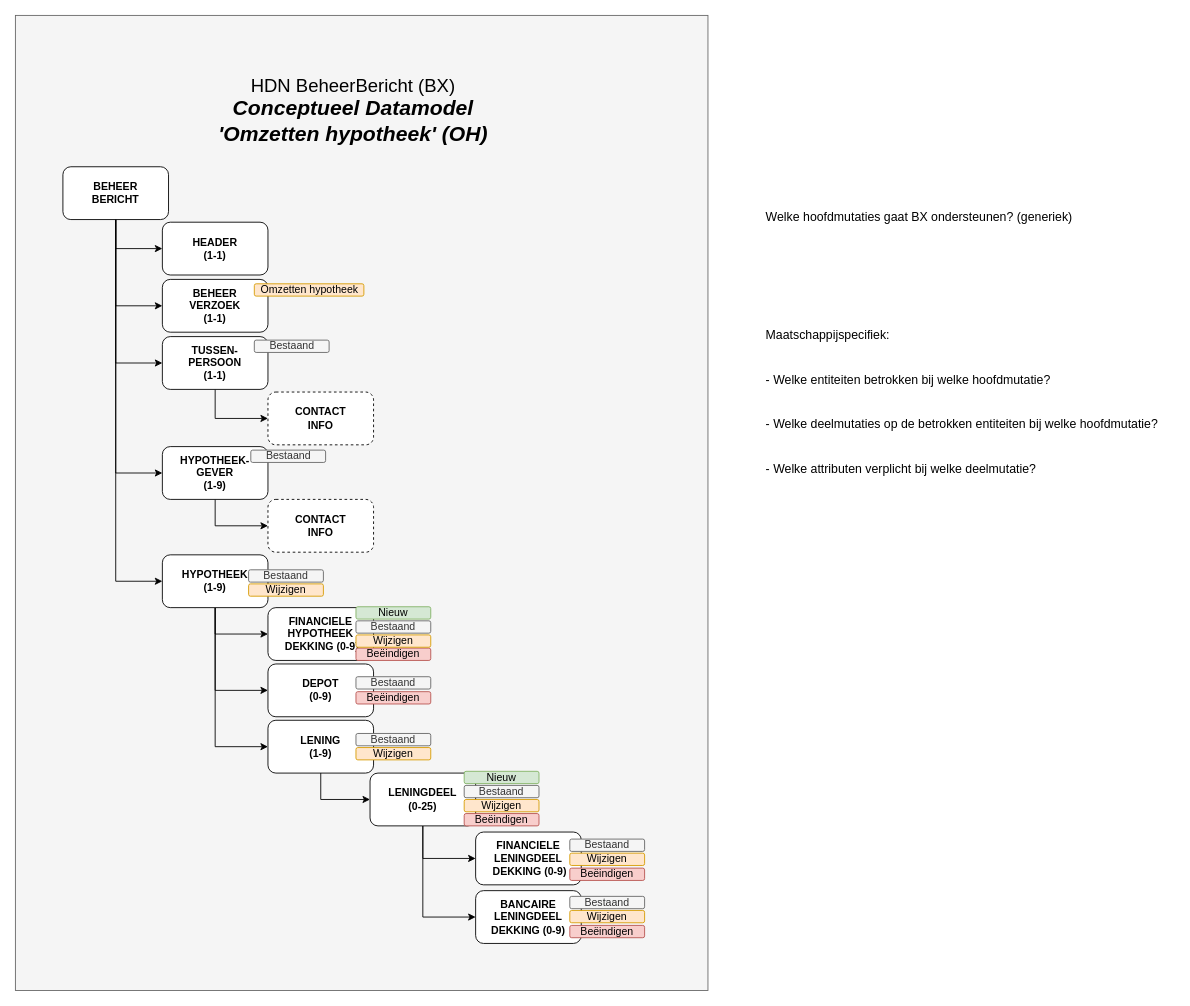
Above: page "Datamodel OH" (1 of 4) of HDN_BX_MM_OmzettenHypotheek.drawio in luchthandel/diagrams (draw.io), before the change. Source tidied: cells renumbered, new cells numbered last; positions are measured from the earlier drawing's top-left corner, leaving out a move shared by most shapes. Both pictures are drawn from the tidied source at 88%, with x=0, y=0 at pixel (15, 15).
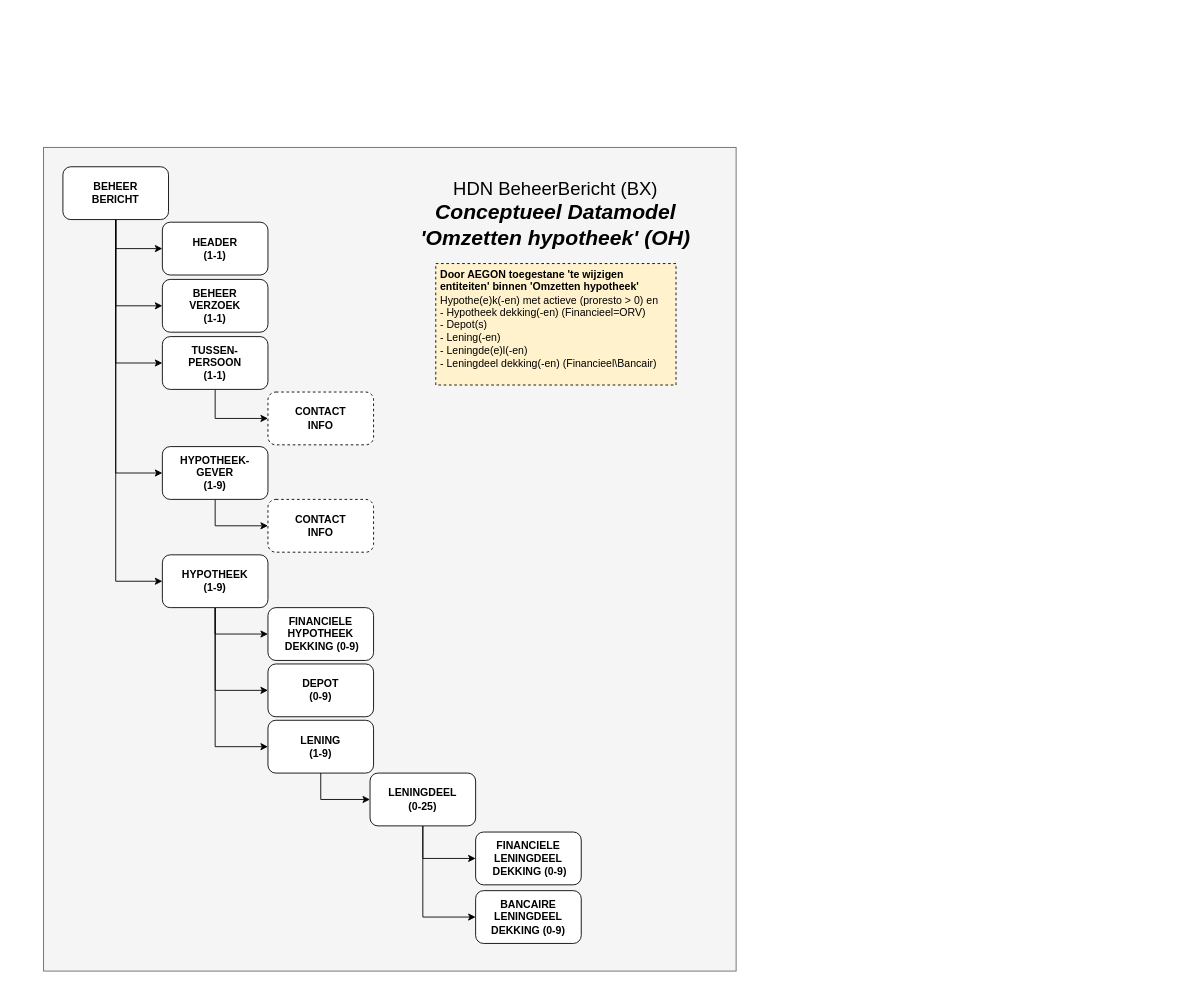
The same diagram, later.

Change to the diagram source:
```diff
@@
     <mxCell id="2" style="rounded=0;whiteSpace=wrap;html=1;fillColor=#f5f5f5;strokeColor=#666666;fontColor=#333333;labelBackgroundColor=none;" parent="1" vertex="1">
-      <mxGeometry width="787" height="1108" as="geometry" />
+      <mxGeometry x="32" y="150" width="787" height="936" as="geometry" />
     </mxCell>
@@
     <mxCell id="27" value="&lt;font style=&quot;font-size: 21px&quot;&gt;HDN BeheerBericht (BX)&lt;br&gt;&lt;/font&gt;&lt;span style=&quot;font-size: 24px&quot;&gt;&lt;b&gt;&lt;i&gt;Conceptueel Datamodel&lt;br&gt;'Omzetten hypotheek' (OH)&lt;/i&gt;&lt;/b&gt;&lt;/span&gt;" style="text;html=1;strokeColor=none;fillColor=none;align=center;verticalAlign=middle;whiteSpace=wrap;rounded=0;" parent="1" vertex="1">
-      <mxGeometry x="206" y="71" width="356.4" height="74.5" as="geometry" />
+      <mxGeometry x="436" y="189" width="356.4" height="74.5" as="geometry" />
     </mxCell>
-    <mxCell id="28" value="&lt;span style=&quot;font-weight: 400&quot;&gt;Bestaand&lt;/span&gt;" style="rounded=1;whiteSpace=wrap;html=1;fontStyle=1;fillColor=#f5f5f5;strokeColor=#666666;fontColor=#333333;" parent="1" vertex="1">
-      <mxGeometry x="271.5" y="369" width="85" height="14" as="geometry" />
-    </mxCell>
-    <mxCell id="29" value="&lt;span style=&quot;font-weight: 400&quot;&gt;Bestaand&lt;/span&gt;" style="rounded=1;whiteSpace=wrap;html=1;fontStyle=1;fillColor=#f5f5f5;strokeColor=#666666;fontColor=#333333;" parent="1" vertex="1">
-      <mxGeometry x="267.5" y="494" width="85" height="14" as="geometry" />
-    </mxCell>
-    <mxCell id="30" value="&lt;span style=&quot;font-weight: 400&quot;&gt;Bestaand&lt;/span&gt;" style="rounded=1;whiteSpace=wrap;html=1;fontStyle=1;fillColor=#f5f5f5;strokeColor=#666666;fontColor=#333333;" parent="1" vertex="1">
-      <mxGeometry x="265" y="630" width="85" height="14" as="geometry" />
-    </mxCell>
-    <mxCell id="31" value="&lt;span style=&quot;font-weight: 400&quot;&gt;Wijzigen&lt;/span&gt;" style="rounded=1;whiteSpace=wrap;html=1;fontStyle=1;fillColor=#ffe6cc;strokeColor=#d79b00;" parent="1" vertex="1">
-      <mxGeometry x="265" y="646" width="85" height="14" as="geometry" />
-    </mxCell>
-    <mxCell id="32" value="&lt;span style=&quot;font-weight: 400&quot;&gt;Beëindigen&lt;/span&gt;" style="rounded=1;whiteSpace=wrap;html=1;fontStyle=1;fillColor=#f8cecc;strokeColor=#b85450;" parent="1" vertex="1">
-      <mxGeometry x="387" y="719" width="85" height="14" as="geometry" />
-    </mxCell>
-    <mxCell id="33" value="&lt;span style=&quot;font-weight: 400&quot;&gt;Nieuw&lt;/span&gt;" style="rounded=1;whiteSpace=wrap;html=1;fontStyle=1;fillColor=#d5e8d4;strokeColor=#82b366;" parent="1" vertex="1">
-      <mxGeometry x="387" y="672" width="85" height="14" as="geometry" />
-    </mxCell>
-    <mxCell id="34" value="&lt;span style=&quot;font-weight: 400&quot;&gt;Bestaand&lt;/span&gt;" style="rounded=1;whiteSpace=wrap;html=1;fontStyle=1;fillColor=#f5f5f5;strokeColor=#666666;fontColor=#333333;" parent="1" vertex="1">
-      <mxGeometry x="387" y="688" width="85" height="14" as="geometry" />
-    </mxCell>
-    <mxCell id="35" value="&lt;span style=&quot;font-weight: 400&quot;&gt;Wijzigen&lt;/span&gt;" style="rounded=1;whiteSpace=wrap;html=1;fontStyle=1;fillColor=#ffe6cc;strokeColor=#d79b00;" parent="1" vertex="1">
-      <mxGeometry x="387" y="704" width="85" height="14" as="geometry" />
-    </mxCell>
-    <mxCell id="36" value="&lt;span style=&quot;font-weight: 400&quot;&gt;Bestaand&lt;/span&gt;" style="rounded=1;whiteSpace=wrap;html=1;fontStyle=1;fillColor=#f5f5f5;strokeColor=#666666;fontColor=#333333;" parent="1" vertex="1">
-      <mxGeometry x="387" y="816" width="85" height="14" as="geometry" />
-    </mxCell>
-    <mxCell id="37" value="&lt;span style=&quot;font-weight: 400&quot;&gt;Wijzigen&lt;/span&gt;" style="rounded=1;whiteSpace=wrap;html=1;fontStyle=1;fillColor=#ffe6cc;strokeColor=#d79b00;" parent="1" vertex="1">
-      <mxGeometry x="387" y="832" width="85" height="14" as="geometry" />
-    </mxCell>
-    <mxCell id="38" value="&lt;span style=&quot;font-weight: 400&quot;&gt;Beëindigen&lt;/span&gt;" style="rounded=1;whiteSpace=wrap;html=1;fontStyle=1;fillColor=#f8cecc;strokeColor=#b85450;" parent="1" vertex="1">
-      <mxGeometry x="510" y="907" width="85" height="14" as="geometry" />
-    </mxCell>
-    <mxCell id="39" value="&lt;span style=&quot;font-weight: 400&quot;&gt;Nieuw&lt;/span&gt;" style="rounded=1;whiteSpace=wrap;html=1;fontStyle=1;fillColor=#d5e8d4;strokeColor=#82b366;" parent="1" vertex="1">
-      <mxGeometry x="510" y="859" width="85" height="14" as="geometry" />
-    </mxCell>
-    <mxCell id="40" value="&lt;span style=&quot;font-weight: 400&quot;&gt;Bestaand&lt;/span&gt;" style="rounded=1;whiteSpace=wrap;html=1;fontStyle=1;fillColor=#f5f5f5;strokeColor=#666666;fontColor=#333333;" parent="1" vertex="1">
-      <mxGeometry x="510" y="875" width="85" height="14" as="geometry" />
-    </mxCell>
-    <mxCell id="41" value="&lt;span style=&quot;font-weight: 400&quot;&gt;Wijzigen&lt;/span&gt;" style="rounded=1;whiteSpace=wrap;html=1;fontStyle=1;fillColor=#ffe6cc;strokeColor=#d79b00;" parent="1" vertex="1">
-      <mxGeometry x="510" y="891" width="85" height="14" as="geometry" />
-    </mxCell>
-    <mxCell id="42" value="&lt;span style=&quot;font-weight: 400&quot;&gt;Beëindigen&lt;/span&gt;" style="rounded=1;whiteSpace=wrap;html=1;fontStyle=1;fillColor=#f8cecc;strokeColor=#b85450;" parent="1" vertex="1">
-      <mxGeometry x="630" y="969" width="85" height="14" as="geometry" />
-    </mxCell>
-    <mxCell id="43" value="&lt;span style=&quot;font-weight: 400&quot;&gt;Bestaand&lt;/span&gt;" style="rounded=1;whiteSpace=wrap;html=1;fontStyle=1;fillColor=#f5f5f5;strokeColor=#666666;fontColor=#333333;" parent="1" vertex="1">
-      <mxGeometry x="630" y="936" width="85" height="14" as="geometry" />
-    </mxCell>
-    <mxCell id="44" value="&lt;span style=&quot;font-weight: 400&quot;&gt;Omzetten hypotheek&lt;/span&gt;" style="rounded=1;whiteSpace=wrap;html=1;fontStyle=1;fillColor=#ffe6cc;strokeColor=#d79b00;" parent="1" vertex="1">
-      <mxGeometry x="271.5" y="305" width="124.5" height="14" as="geometry" />
-    </mxCell>
@@
-    <mxCell id="46" value="&lt;span style=&quot;font-weight: 400&quot;&gt;Beëindigen&lt;/span&gt;" style="rounded=1;whiteSpace=wrap;html=1;fontStyle=1;fillColor=#f8cecc;strokeColor=#b85450;" parent="1" vertex="1">
-      <mxGeometry x="387" y="768.5" width="85" height="14" as="geometry" />
-    </mxCell>
-    <mxCell id="47" value="&lt;span style=&quot;font-weight: 400&quot;&gt;Bestaand&lt;/span&gt;" style="rounded=1;whiteSpace=wrap;html=1;fontStyle=1;fillColor=#f5f5f5;strokeColor=#666666;fontColor=#333333;" parent="1" vertex="1">
-      <mxGeometry x="387" y="751.5" width="85" height="14" as="geometry" />
-    </mxCell>
-    <mxCell id="48" value="&lt;span style=&quot;font-weight: 400&quot;&gt;Wijzigen&lt;/span&gt;" style="rounded=1;whiteSpace=wrap;html=1;fontStyle=1;fillColor=#ffe6cc;strokeColor=#d79b00;" parent="1" vertex="1">
-      <mxGeometry x="630" y="952" width="85" height="14" as="geometry" />
-    </mxCell>
-    <mxCell id="49" value="&lt;span style=&quot;font-weight: 400&quot;&gt;Beëindigen&lt;/span&gt;" style="rounded=1;whiteSpace=wrap;html=1;fontStyle=1;fillColor=#f8cecc;strokeColor=#b85450;" parent="1" vertex="1">
-      <mxGeometry x="630" y="1034.1" width="85" height="14" as="geometry" />
-    </mxCell>
-    <mxCell id="50" value="&lt;span style=&quot;font-weight: 400&quot;&gt;Bestaand&lt;/span&gt;" style="rounded=1;whiteSpace=wrap;html=1;fontStyle=1;fillColor=#f5f5f5;strokeColor=#666666;fontColor=#333333;" parent="1" vertex="1">
-      <mxGeometry x="630" y="1001.1" width="85" height="14" as="geometry" />
-    </mxCell>
-    <mxCell id="51" value="&lt;span style=&quot;font-weight: 400&quot;&gt;Wijzigen&lt;/span&gt;" style="rounded=1;whiteSpace=wrap;html=1;fontStyle=1;fillColor=#ffe6cc;strokeColor=#d79b00;" parent="1" vertex="1">
-      <mxGeometry x="630" y="1017.1" width="85" height="14" as="geometry" />
-    </mxCell>
-    <mxCell id="52" value="&lt;div style=&quot;box-sizing: border-box; font-size: 14px; font-style: normal; font-weight: 400; letter-spacing: normal; text-indent: 0px; text-transform: none; word-spacing: 0px;&quot;&gt;&lt;div&gt;Welke hoofdmutaties gaat BX ondersteunen? (generiek)&lt;/div&gt;&#10;&#10;&lt;div&gt;&#10;&lt;div&gt;&amp;nbsp;&lt;/div&gt;&#10;&#10;&lt;div&gt;&#10;&lt;div&gt;Maatschappijspecifiek:&lt;br&gt;&#10;&#10;- Welke entiteiten betrokken bij welke hoofdmutatie?&lt;br&gt;&#10;&#10;- Welke deelmutaties op de betrokken entiteiten bij welke hoofdmutatie?&lt;br&gt;&#10;&#10;- Welke attributen verplicht bij welke deelmutatie?&lt;/div&gt;&lt;/div&gt;&lt;/div&gt;&lt;/div&gt;" style="text;whiteSpace=wrap;html=1;" parent="1" vertex="1">
-      <mxGeometry x="851" y="214" width="466" height="266" as="geometry" />
-    </mxCell>
@@
+    <mxCell id="55" value="&lt;p style=&quot;font-size: 12px&quot;&gt;&lt;b&gt;Door AEGON toegestane 'te wijzigen entiteiten' binnen 'Omzetten hypotheek'&lt;br&gt;&lt;/b&gt;Hypothe(e)k(-en) met actieve (proresto &amp;gt; 0) en&lt;br&gt;- Hypotheek dekking(-en) (Financieel=ORV)&lt;br&gt;- Depot(s)&lt;br&gt;- Lening(-en)&lt;br&gt;- Leningde(e)l(-en)&lt;br&gt;- Leningdeel dekking(-en) (Financieel\Bancair)&lt;/p&gt;&lt;p&gt;&lt;/p&gt;" style="text;html=1;fillColor=#fff2cc;spacing=5;spacingTop=-20;whiteSpace=wrap;overflow=hidden;rounded=0;align=left;fontSize=12;verticalAlign=bottom;strokeColor=#000000;dashed=1;" parent="1" vertex="1">
+      <mxGeometry x="477.7" y="282" width="273" height="138" as="geometry" />
+    </mxCell>
```
